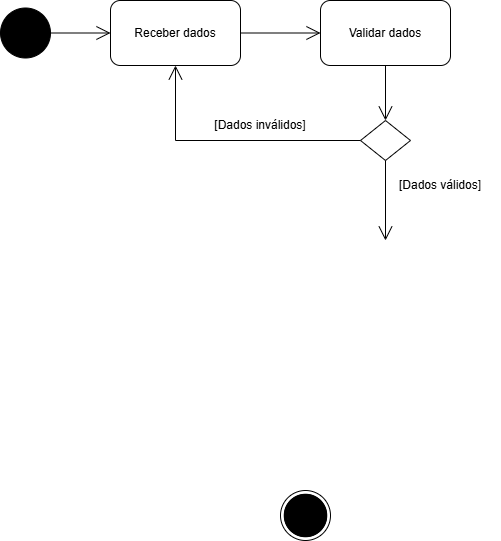
This is APOO/diagrama_atividade/Diagrama_atividade_click_compre.drawio.png from joao-marcos-azvd/Estudos-de-programacao, a draw.io export, as it was before one commit. Source tidied: cells renumbered, new cells last; positions are measured from the earlier drawing's top-left corner, leaving out a move shared by most shapes.
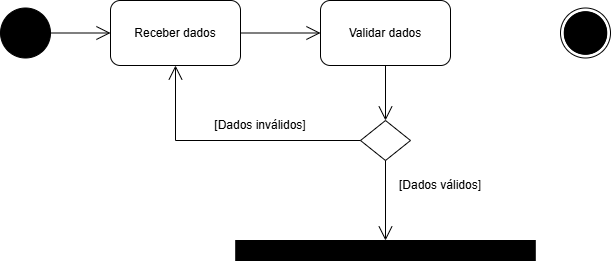
The same file after the commit.

Diff of the diagram source:
```diff
@@ -3,13 +3,13 @@
     <mxCell id="0" />
     <mxCell id="1" parent="0" />
     <mxCell id="2" style="ellipse;shape=doubleEllipse;whiteSpace=wrap;html=1;" parent="1" vertex="1">
-      <mxGeometry x="280" y="490" width="50" height="50" as="geometry" />
+      <mxGeometry x="560" y="7.5" width="50" height="50" as="geometry" />
     </mxCell>
     <mxCell id="3" style="ellipse;shape=doubleEllipse;whiteSpace=wrap;html=1;fillColor=#000000;" parent="1" vertex="1">
       <mxGeometry y="7.5" width="50" height="50" as="geometry" />
     </mxCell>
     <mxCell id="4" style="ellipse;shape=doubleEllipse;whiteSpace=wrap;html=1;fillColor=#000000;" parent="1" vertex="1">
-      <mxGeometry x="283.8" y="493.8" width="42.5" height="42.5" as="geometry" />
+      <mxGeometry x="563.8" y="11.2" width="42.5" height="42.5" as="geometry" />
     </mxCell>
     <mxCell id="5" value="Receber dados" style="rounded=1;whiteSpace=wrap;html=1;" parent="1" vertex="1">
       <mxGeometry x="110" width="130" height="65" as="geometry" />
@@ -39,13 +39,14 @@
     <mxCell id="12" value="[Dados inválidos]" style="text;strokeColor=none;align=center;fillColor=none;html=1;verticalAlign=middle;whiteSpace=wrap;rounded=0;" parent="1" vertex="1">
       <mxGeometry x="200" y="110" width="120" height="30" as="geometry" />
     </mxCell>
-    <mxCell id="13" style="endArrow=open;endFill=1;endSize=12;html=1;rounded=0;exitX=0.5;exitY=1;exitDx=0;exitDy=0;" parent="1" edge="1" source="9">
-      <mxGeometry relative="1" as="geometry">
-        <mxPoint x="385" y="240" as="targetPoint" />
-      </mxGeometry>
+    <mxCell id="13" style="endArrow=open;endFill=1;endSize=12;html=1;rounded=0;exitX=0.5;exitY=1;exitDx=0;exitDy=0;entryX=0.5;entryY=0;entryDx=0;entryDy=0;" parent="1" edge="1" source="9" target="15">
+      <mxGeometry relative="1" as="geometry" />
     </mxCell>
     <mxCell id="14" value="[Dados válidos]" style="text;strokeColor=none;align=center;fillColor=none;html=1;verticalAlign=middle;whiteSpace=wrap;rounded=0;" parent="1" vertex="1">
       <mxGeometry x="380" y="170" width="120" height="30" as="geometry" />
     </mxCell>
+    <mxCell id="15" value="Object" style="html=1;whiteSpace=wrap;fillColor=#000000;" parent="1" vertex="1">
+      <mxGeometry x="235.2" y="240" width="299.5" height="20" as="geometry" />
+    </mxCell>
   </root>
 </mxGraphModel>
```
